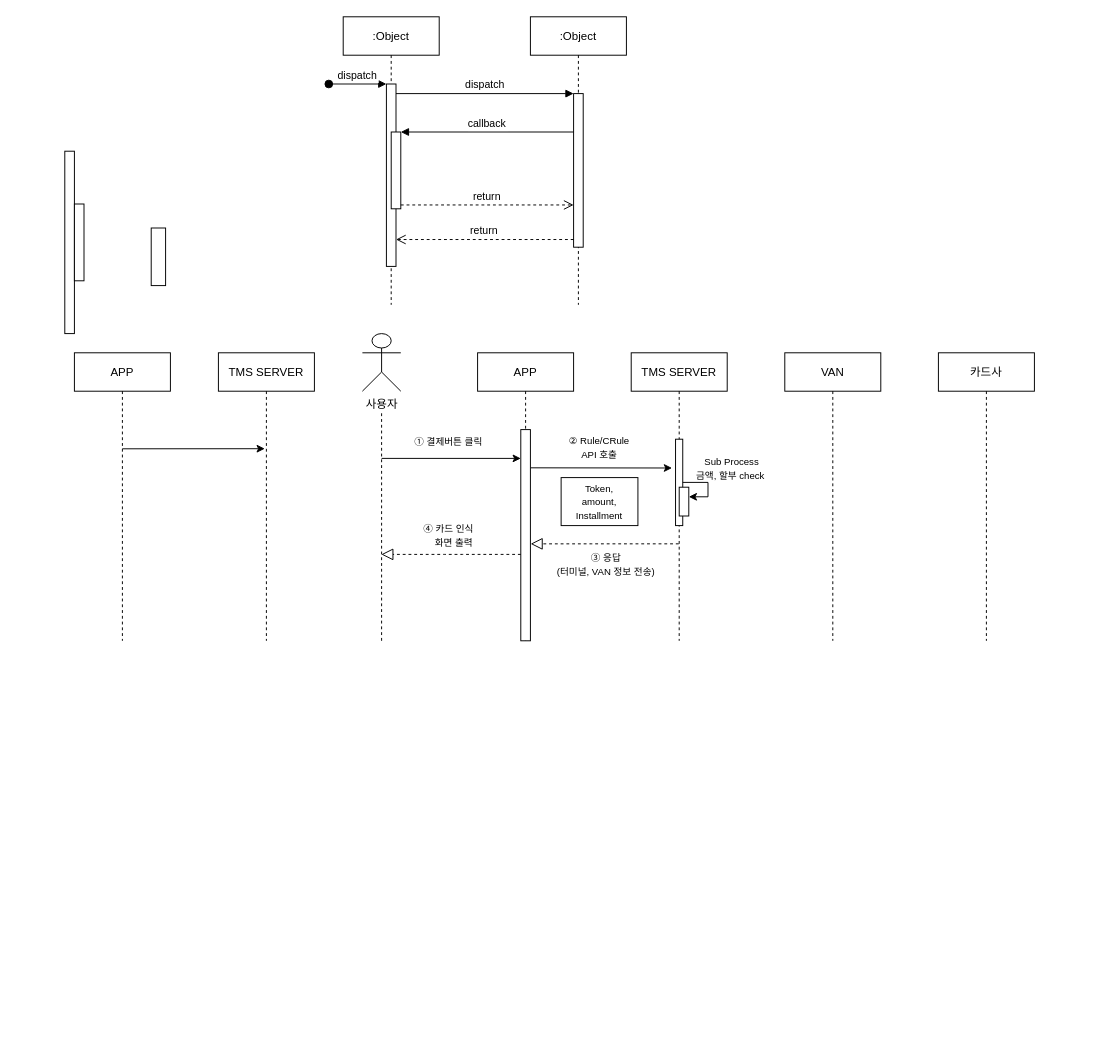
Above: Draw/20201112seq.drawio in alsoscope/TIL (draw.io), before the change. Source tidied: cells renumbered, new cells numbered last; positions are measured from the earlier drawing's top-left corner, leaving out a move shared by most shapes. Both pictures are drawn from the tidied source at 96%, with x=0, y=0 at pixel (64, 16).
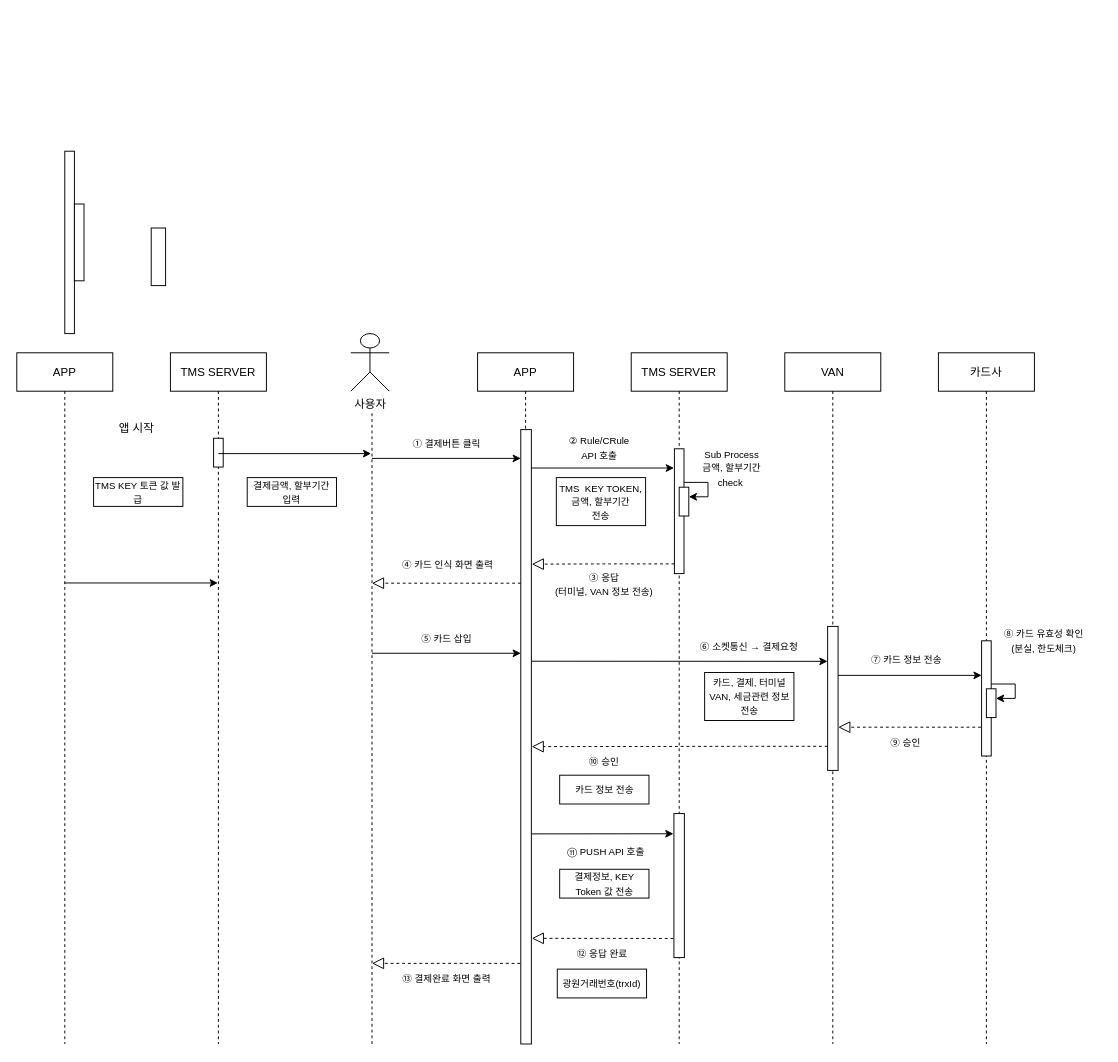
After the change.

The change refers to these unchanged cells:
```xml
<mxCell id="19" style="points=[];perimeter=orthogonalPerimeter;rounded=0;shadow=0;strokeWidth=1;" parent="17" vertex="1">
  <mxGeometry x="50" y="140" width="10" height="30" as="geometry" />
</mxCell>
```

The edit, as a diff of the source:
```diff
@@
-    <mxCell id="2" value=":Object" style="shape=umlLifeline;perimeter=lifelinePerimeter;rounded=0;shadow=0;strokeWidth=1;" parent="1" vertex="1">
-      <mxGeometry x="290" width="100" height="300" as="geometry" />
-    </mxCell>
-    <mxCell id="3" style="points=[];perimeter=orthogonalPerimeter;rounded=0;shadow=0;strokeWidth=1;" parent="2" vertex="1">
-      <mxGeometry x="45" y="70" width="10" height="190" as="geometry" />
-    </mxCell>
-    <mxCell id="4" value="dispatch" style="verticalAlign=bottom;startArrow=oval;endArrow=block;startSize=8;shadow=0;strokeWidth=1;" parent="2" edge="1" target="3">
-      <mxGeometry relative="1" as="geometry">
-        <mxPoint x="-15" y="70" as="sourcePoint" />
-      </mxGeometry>
-    </mxCell>
-    <mxCell id="5" style="points=[];perimeter=orthogonalPerimeter;rounded=0;shadow=0;strokeWidth=1;" parent="2" vertex="1">
-      <mxGeometry x="50" y="120" width="10" height="80" as="geometry" />
-    </mxCell>
-    <mxCell id="6" value=":Object" style="shape=umlLifeline;perimeter=lifelinePerimeter;rounded=0;shadow=0;strokeWidth=1;" parent="1" vertex="1">
-      <mxGeometry x="485" width="100" height="300" as="geometry" />
-    </mxCell>
-    <mxCell id="7" style="points=[];perimeter=orthogonalPerimeter;rounded=0;shadow=0;strokeWidth=1;" parent="6" vertex="1">
-      <mxGeometry x="45" y="80" width="10" height="160" as="geometry" />
-    </mxCell>
-    <mxCell id="8" value="return" style="verticalAlign=bottom;endArrow=open;dashed=1;endSize=8;exitX=0;exitY=0.95;shadow=0;strokeWidth=1;" parent="1" edge="1" source="7" target="3">
-      <mxGeometry relative="1" as="geometry" />
-    </mxCell>
-    <mxCell id="9" value="dispatch" style="verticalAlign=bottom;endArrow=block;entryX=0;entryY=0;shadow=0;strokeWidth=1;" parent="1" edge="1" source="3" target="7">
-      <mxGeometry relative="1" as="geometry" />
-    </mxCell>
-    <mxCell id="10" value="callback" style="verticalAlign=bottom;endArrow=block;entryX=1;entryY=0;shadow=0;strokeWidth=1;" parent="1" edge="1" source="7" target="5">
-      <mxGeometry relative="1" as="geometry" />
-    </mxCell>
-    <mxCell id="11" value="return" style="verticalAlign=bottom;endArrow=open;dashed=1;endSize=8;exitX=1;exitY=0.95;shadow=0;strokeWidth=1;" parent="1" edge="1" source="5" target="7">
-      <mxGeometry relative="1" as="geometry" />
-    </mxCell>
     <mxCell id="12" value="APP" style="shape=umlLifeline;perimeter=lifelinePerimeter;rounded=0;shadow=0;strokeWidth=1;" parent="1" vertex="1">
-      <mxGeometry x="430" y="350" width="100" height="300" as="geometry" />
+      <mxGeometry x="430" y="350" width="100" height="720" as="geometry" />
     </mxCell>
     <mxCell id="13" style="points=[];perimeter=orthogonalPerimeter;rounded=0;shadow=0;strokeWidth=1;" parent="12" vertex="1">
-      <mxGeometry x="45" y="80" width="10" height="220" as="geometry" />
+      <mxGeometry x="45" y="80" width="11" height="640" as="geometry" />
     </mxCell>
@@
     <mxCell id="16" value="VAN" style="shape=umlLifeline;perimeter=lifelinePerimeter;rounded=0;shadow=0;strokeWidth=1;" parent="1" vertex="1">
-      <mxGeometry x="750" y="350" width="100" height="300" as="geometry" />
+      <mxGeometry x="750" y="350" width="100" height="720" as="geometry" />
     </mxCell>
+    <mxCell id="38" style="points=[];perimeter=orthogonalPerimeter;rounded=0;shadow=0;strokeWidth=1;" parent="16" vertex="1">
+      <mxGeometry x="44.6" y="285" width="10.9" height="150" as="geometry" />
+    </mxCell>
     <mxCell id="17" value="TMS SERVER" style="shape=umlLifeline;perimeter=lifelinePerimeter;rounded=0;shadow=0;strokeWidth=1;size=40;" parent="1" vertex="1">
-      <mxGeometry x="590" y="350" width="100" height="300" as="geometry" />
+      <mxGeometry x="590" y="350" width="100" height="720" as="geometry" />
     </mxCell>
-    <mxCell id="18" style="points=[];perimeter=orthogonalPerimeter;rounded=0;shadow=0;strokeWidth=1;" parent="17" vertex="1">
-      <mxGeometry x="46.2" y="90" width="7.5" height="90" as="geometry" />
-    </mxCell>
+    <mxCell id="20" style="edgeStyle=orthogonalEdgeStyle;rounded=0;jettySize=auto;html=1;startArrow=none;startFill=0;" parent="17" edge="1" target="19">
+      <mxGeometry relative="1" as="geometry">
+        <mxPoint x="50" y="135" as="sourcePoint" />
+        <Array as="points">
+          <mxPoint x="80" y="135" />
+          <mxPoint x="80" y="150" />
+        </Array>
+      </mxGeometry>
+    </mxCell>
+    <mxCell id="39" style="points=[];perimeter=orthogonalPerimeter;rounded=0;shadow=0;strokeWidth=1;" parent="17" vertex="1">
+      <mxGeometry x="45" y="100" width="10" height="130" as="geometry" />
+    </mxCell>
@@
-    <mxCell id="20" style="edgeStyle=orthogonalEdgeStyle;rounded=0;jettySize=auto;html=1;startArrow=none;startFill=0;" parent="17" edge="1" source="18" target="19">
-      <mxGeometry relative="1" as="geometry">
-        <Array as="points">
-          <mxPoint x="80" y="135" />
-          <mxPoint x="80" y="150" />
-        </Array>
-      </mxGeometry>
-    </mxCell>
+    <mxCell id="40" style="points=[];perimeter=orthogonalPerimeter;rounded=0;shadow=0;strokeWidth=1;" parent="17" vertex="1">
+      <mxGeometry x="44.5" y="480" width="10.9" height="150" as="geometry" />
+    </mxCell>
     <mxCell id="21" value="카드사" style="shape=umlLifeline;perimeter=lifelinePerimeter;rounded=0;shadow=0;strokeWidth=1;" parent="1" vertex="1">
-      <mxGeometry x="910" y="350" width="100" height="300" as="geometry" />
+      <mxGeometry x="910" y="350" width="100" height="720" as="geometry" />
     </mxCell>
+    <mxCell id="41" style="edgeStyle=orthogonalEdgeStyle;rounded=0;jettySize=auto;html=1;startArrow=none;startFill=0;" parent="21" edge="1" target="43">
+      <mxGeometry relative="1" as="geometry">
+        <mxPoint x="50" y="345" as="sourcePoint" />
+        <Array as="points">
+          <mxPoint x="80" y="345" />
+          <mxPoint x="80" y="360" />
+        </Array>
+      </mxGeometry>
+    </mxCell>
+    <mxCell id="42" style="points=[];perimeter=orthogonalPerimeter;rounded=0;shadow=0;strokeWidth=1;" parent="21" vertex="1">
+      <mxGeometry x="45" y="300" width="10" height="120" as="geometry" />
+    </mxCell>
+    <mxCell id="43" style="points=[];perimeter=orthogonalPerimeter;rounded=0;shadow=0;strokeWidth=1;" parent="21" vertex="1">
+      <mxGeometry x="50" y="350" width="10" height="30" as="geometry" />
+    </mxCell>
     <mxCell id="22" value="사용자" style="shape=umlActor;verticalLabelPosition=bottom;verticalAlign=top;html=1;" parent="1" vertex="1">
-      <mxGeometry x="310" y="330" width="40" height="60" as="geometry" />
+      <mxGeometry x="297.9" y="330" width="40" height="60" as="geometry" />
     </mxCell>
     <mxCell id="23" style="endArrow=none;dashed=1;html=1;" parent="1" edge="1">
       <mxGeometry relative="1" as="geometry">
-        <mxPoint x="330" y="650" as="sourcePoint" />
-        <mxPoint x="330" y="410" as="targetPoint" />
+        <mxPoint x="320" y="1070" as="sourcePoint" />
+        <mxPoint x="320" y="410" as="targetPoint" />
       </mxGeometry>
     </mxCell>
     <mxCell id="24" style="endArrow=classic;html=1;" parent="1" edge="1" target="13">
       <mxGeometry relative="1" as="geometry">
-        <mxPoint x="330" y="460" as="sourcePoint" />
+        <mxPoint x="320" y="460" as="sourcePoint" />
       </mxGeometry>
     </mxCell>
     <mxCell id="25" value="&lt;font style=&quot;font-size: 10px&quot;&gt;① 결제버튼 클릭&lt;/font&gt;" style="text;html=1;strokeColor=none;fillColor=none;align=center;verticalAlign=middle;whiteSpace=wrap;rounded=0;" parent="1" vertex="1">
-      <mxGeometry x="355" y="433" width="90" height="20" as="geometry" />
+      <mxGeometry x="352.5" y="435" width="90" height="20" as="geometry" />
     </mxCell>
     <mxCell id="26" value="APP" style="shape=umlLifeline;perimeter=lifelinePerimeter;rounded=0;shadow=0;strokeWidth=1;" parent="1" vertex="1">
-      <mxGeometry x="10" y="350" width="100" height="300" as="geometry" />
+      <mxGeometry x="-50" y="350" width="100" height="720" as="geometry" />
     </mxCell>
     <mxCell id="27" value="TMS SERVER" style="shape=umlLifeline;perimeter=lifelinePerimeter;rounded=0;shadow=0;strokeWidth=1;size=40;" parent="1" vertex="1">
-      <mxGeometry x="160" y="350" width="100" height="300" as="geometry" />
+      <mxGeometry x="110" y="350" width="100" height="720" as="geometry" />
     </mxCell>
+    <mxCell id="44" style="perimeter=orthogonalPerimeter;rounded=0;shadow=0;strokeWidth=1;" parent="27" vertex="1">
+      <mxGeometry x="45" y="89" width="10" height="30" as="geometry" />
+    </mxCell>
@@
-    <mxCell id="29" style="endArrow=classic;html=1;entryX=0.483;entryY=0.333;entryDx=0;entryDy=0;entryPerimeter=0;" parent="1" edge="1" target="27">
-      <mxGeometry relative="1" as="geometry">
-        <mxPoint x="60" y="450" as="sourcePoint" />
-      </mxGeometry>
+    <mxCell id="29" style="endArrow=classic;html=1;entryX=0.494;entryY=0.333;entryDx=0;entryDy=0;entryPerimeter=0;" parent="1" edge="1" source="26" target="27">
+      <mxGeometry relative="1" as="geometry" />
     </mxCell>
     <mxCell id="30" value="&lt;font style=&quot;font-size: 10px&quot;&gt;② Rule/CRule &lt;br&gt;API 호출&lt;/font&gt;" style="text;html=1;strokeColor=none;fillColor=none;align=center;verticalAlign=middle;whiteSpace=wrap;rounded=0;" parent="1" vertex="1">
-      <mxGeometry x="512" y="438" width="90" height="20" as="geometry" />
+      <mxGeometry x="512" y="439" width="90" height="20" as="geometry" />
     </mxCell>
-    <mxCell id="31" value="&lt;font style=&quot;font-size: 10px&quot;&gt;Token,&lt;br&gt;amount,&lt;br&gt;Installment&lt;/font&gt;" style="rounded=0;whiteSpace=wrap;html=1;" parent="1" vertex="1">
-      <mxGeometry x="517" y="480" width="80" height="50" as="geometry" />
+    <mxCell id="31" value="&lt;span style=&quot;font-size: 10px&quot;&gt;TMS&amp;nbsp; KEY TOKEN,&lt;br&gt;금액, 할부기간&lt;br&gt;전송&lt;br&gt;&lt;/span&gt;" style="rounded=0;whiteSpace=wrap;html=1;" parent="1" vertex="1">
+      <mxGeometry x="512" y="480" width="93" height="50" as="geometry" />
     </mxCell>
-    <mxCell id="32" style="startArrow=none;startFill=0;startSize=7;endArrow=block;endFill=0;endSize=10;dashed=1;html=1;entryX=1.024;entryY=0.541;entryDx=0;entryDy=0;entryPerimeter=0;" parent="1" edge="1" source="17" target="13">
+    <mxCell id="32" style="startArrow=none;startFill=0;startSize=7;endArrow=block;endFill=0;endSize=10;dashed=1;html=1;entryX=1.043;entryY=0.219;entryDx=0;entryDy=0;entryPerimeter=0;" parent="1" edge="1" source="39" target="13">
       <mxGeometry relative="1" as="geometry">
         <Array as="points">
-          <mxPoint x="559" y="549" />
+          <mxPoint x="559.5" y="569.9" />
         </Array>
       </mxGeometry>
     </mxCell>
-    <mxCell id="33" style="endArrow=classic;html=1;exitX=1.046;exitY=0.181;exitDx=0;exitDy=0;exitPerimeter=0;" parent="1" edge="1" source="13">
-      <mxGeometry relative="1" as="geometry">
-        <mxPoint x="632.5" y="470" as="targetPoint" />
-      </mxGeometry>
+    <mxCell id="33" style="endArrow=classic;html=1;entryX=-0.043;entryY=0.154;entryDx=0;entryDy=0;entryPerimeter=0;" parent="1" edge="1" source="13" target="39">
+      <mxGeometry relative="1" as="geometry" />
     </mxCell>
     <mxCell id="34" value="&lt;span style=&quot;font-size: 10px&quot;&gt;③ 응답&lt;br&gt;(터미널, VAN 정보 전송)&lt;br&gt;&lt;/span&gt;" style="text;html=1;strokeColor=none;fillColor=none;align=center;verticalAlign=middle;whiteSpace=wrap;rounded=0;" parent="1" vertex="1">
-      <mxGeometry x="505" y="560" width="118" height="20" as="geometry" />
+      <mxGeometry x="503" y="581" width="118" height="20" as="geometry" />
     </mxCell>
-    <mxCell id="35" style="startArrow=none;startFill=0;startSize=7;endArrow=block;endFill=0;endSize=10;dashed=1;html=1;" parent="1" edge="1" source="13">
+    <mxCell id="35" style="startArrow=none;startFill=0;startSize=7;endArrow=block;endFill=0;endSize=10;dashed=1;html=1;" parent="1" edge="1">
       <mxGeometry relative="1" as="geometry">
-        <mxPoint x="329.7" y="560" as="targetPoint" />
+        <mxPoint x="475" y="590" as="sourcePoint" />
+        <mxPoint x="320" y="590" as="targetPoint" />
         <Array as="points">
-          <mxPoint x="404.5" y="560" />
+          <mxPoint x="404.5" y="590" />
         </Array>
       </mxGeometry>
     </mxCell>
-    <mxCell id="36" value="&lt;font style=&quot;font-size: 10px&quot;&gt;④ 카드 인식&lt;br&gt;&amp;nbsp; &amp;nbsp; &amp;nbsp;화면 출력&amp;nbsp;&lt;/font&gt;" style="text;html=1;strokeColor=none;fillColor=none;align=center;verticalAlign=middle;whiteSpace=wrap;rounded=0;" parent="1" vertex="1">
-      <mxGeometry x="355" y="530" width="90" height="20" as="geometry" />
+    <mxCell id="36" value="&lt;font style=&quot;font-size: 10px&quot;&gt;④ 카드 인식 화면 출력&amp;nbsp;&lt;/font&gt;" style="text;html=1;strokeColor=none;fillColor=none;align=center;verticalAlign=middle;whiteSpace=wrap;rounded=0;" parent="1" vertex="1">
+      <mxGeometry x="342.9" y="561" width="115" height="20" as="geometry" />
     </mxCell>
-    <mxCell id="37" value="&lt;span style=&quot;font-size: 10px&quot;&gt;Sub Process&lt;br&gt;금액, 할부 check&amp;nbsp;&lt;br&gt;&lt;/span&gt;" style="text;html=1;strokeColor=none;fillColor=none;align=center;verticalAlign=middle;whiteSpace=wrap;rounded=0;" parent="1" vertex="1">
+    <mxCell id="37" value="&lt;span style=&quot;font-size: 10px&quot;&gt;Sub Process&lt;br&gt;금액, 할부기간 check&amp;nbsp;&lt;br&gt;&lt;/span&gt;" style="text;html=1;strokeColor=none;fillColor=none;align=center;verticalAlign=middle;whiteSpace=wrap;rounded=0;" parent="1" vertex="1">
       <mxGeometry x="650" y="460" width="90" height="20" as="geometry" />
     </mxCell>
+    <mxCell id="45" style="endArrow=classic;html=1;" parent="1" edge="1">
+      <mxGeometry relative="1" as="geometry">
+        <mxPoint x="320" y="663" as="sourcePoint" />
+        <mxPoint x="475" y="663" as="targetPoint" />
+      </mxGeometry>
+    </mxCell>
+    <mxCell id="46" value="&lt;font style=&quot;font-size: 10px&quot;&gt;⑤ 카드 삽입&lt;/font&gt;" style="text;html=1;strokeColor=none;fillColor=none;align=center;verticalAlign=middle;whiteSpace=wrap;rounded=0;" parent="1" vertex="1">
+      <mxGeometry x="352.5" y="638" width="90" height="20" as="geometry" />
+    </mxCell>
+    <mxCell id="47" style="endArrow=classic;html=1;exitX=1.024;exitY=0.377;exitDx=0;exitDy=0;exitPerimeter=0;" parent="1" edge="1" source="13">
+      <mxGeometry relative="1" as="geometry">
+        <mxPoint x="794.5" y="671.4" as="targetPoint" />
+      </mxGeometry>
+    </mxCell>
+    <mxCell id="48" value="&lt;font style=&quot;font-size: 10px&quot;&gt;⑥ 소켓통신 → 결제요청&lt;/font&gt;" style="text;html=1;strokeColor=none;fillColor=none;align=center;verticalAlign=middle;whiteSpace=wrap;rounded=0;" parent="1" vertex="1">
+      <mxGeometry x="653" y="646" width="120" height="20" as="geometry" />
+    </mxCell>
+    <mxCell id="49" value="&lt;span style=&quot;font-size: 10px&quot;&gt;카드, 결제, 터미널 VAN, 세금관련 정보 전송&lt;br&gt;&lt;/span&gt;" style="rounded=0;whiteSpace=wrap;html=1;" parent="1" vertex="1">
+      <mxGeometry x="666.5" y="683" width="93" height="50" as="geometry" />
+    </mxCell>
+    <mxCell id="50" style="endArrow=classic;html=1;" parent="1" edge="1" target="42">
+      <mxGeometry relative="1" as="geometry">
+        <mxPoint x="805.5" y="686" as="sourcePoint" />
+      </mxGeometry>
+    </mxCell>
+    <mxCell id="51" value="&lt;font style=&quot;font-size: 10px&quot;&gt;⑦ 카드 정보 전송&lt;/font&gt;" style="text;html=1;strokeColor=none;fillColor=none;align=center;verticalAlign=middle;whiteSpace=wrap;rounded=0;" parent="1" vertex="1">
+      <mxGeometry x="817" y="660" width="120" height="20" as="geometry" />
+    </mxCell>
+    <mxCell id="52" value="&lt;span style=&quot;font-size: 10px&quot;&gt;⑧ 카드 유효성 확인&lt;br&gt;(분실, 한도체크)&lt;br&gt;&lt;/span&gt;" style="text;html=1;strokeColor=none;fillColor=none;align=center;verticalAlign=middle;whiteSpace=wrap;rounded=0;" parent="1" vertex="1">
+      <mxGeometry x="960" y="640" width="120" height="20" as="geometry" />
+    </mxCell>
+    <mxCell id="53" value="&lt;font style=&quot;font-size: 10px&quot;&gt;⑨ 승인&lt;/font&gt;" style="text;html=1;strokeColor=none;fillColor=none;align=center;verticalAlign=middle;whiteSpace=wrap;rounded=0;" parent="1" vertex="1">
+      <mxGeometry x="816" y="746" width="120" height="20" as="geometry" />
+    </mxCell>
+    <mxCell id="54" style="startArrow=none;startFill=0;startSize=7;endArrow=block;endFill=0;endSize=10;dashed=1;html=1;" parent="1" edge="1">
+      <mxGeometry relative="1" as="geometry">
+        <mxPoint x="954.3" y="740" as="sourcePoint" />
+        <mxPoint x="805.7" y="740" as="targetPoint" />
+        <Array as="points">
+          <mxPoint x="878.8" y="740" />
+        </Array>
+      </mxGeometry>
+    </mxCell>
+    <mxCell id="55" style="startArrow=none;startFill=0;startSize=7;endArrow=block;endFill=0;endSize=10;dashed=1;html=1;entryX=1.035;entryY=0.516;entryDx=0;entryDy=0;entryPerimeter=0;" parent="1" edge="1" source="38" target="13">
+      <mxGeometry relative="1" as="geometry">
+        <Array as="points">
+          <mxPoint x="712.8" y="759.9" />
+        </Array>
+      </mxGeometry>
+    </mxCell>
+    <mxCell id="56" value="&lt;font style=&quot;font-size: 10px&quot;&gt;⑩ 승인&lt;/font&gt;" style="text;html=1;strokeColor=none;fillColor=none;align=center;verticalAlign=middle;whiteSpace=wrap;rounded=0;" parent="1" vertex="1">
+      <mxGeometry x="502" y="766" width="120" height="20" as="geometry" />
+    </mxCell>
+    <mxCell id="57" value="&lt;span style=&quot;font-size: 10px&quot;&gt;카드 정보 전송&lt;br&gt;&lt;/span&gt;" style="rounded=0;whiteSpace=wrap;html=1;" parent="1" vertex="1">
+      <mxGeometry x="515.5" y="790" width="93" height="30" as="geometry" />
+    </mxCell>
+    <mxCell id="58" style="endArrow=classic;html=1;entryX=-0.046;entryY=0.14;entryDx=0;entryDy=0;entryPerimeter=0;exitX=1.031;exitY=0.658;exitDx=0;exitDy=0;exitPerimeter=0;" parent="1" edge="1" source="13" target="40">
+      <mxGeometry relative="1" as="geometry" />
+    </mxCell>
+    <mxCell id="59" value="&lt;font style=&quot;font-size: 10px&quot;&gt;⑪ PUSH API 호출&lt;/font&gt;" style="text;html=1;strokeColor=none;fillColor=none;align=center;verticalAlign=middle;whiteSpace=wrap;rounded=0;" parent="1" vertex="1">
+      <mxGeometry x="518.5" y="860" width="90" height="20" as="geometry" />
+    </mxCell>
+    <mxCell id="60" value="&lt;span style=&quot;font-size: 10px&quot;&gt;결제정보, KEY Token 값 전송&lt;br&gt;&lt;/span&gt;" style="rounded=0;whiteSpace=wrap;html=1;" parent="1" vertex="1">
+      <mxGeometry x="515.5" y="888" width="93" height="30" as="geometry" />
+    </mxCell>
+    <mxCell id="61" value="&lt;font style=&quot;font-size: 10px&quot;&gt;⑫ 응답 완료&lt;/font&gt;" style="text;html=1;strokeColor=none;fillColor=none;align=center;verticalAlign=middle;whiteSpace=wrap;rounded=0;" parent="1" vertex="1">
+      <mxGeometry x="499.5" y="966" width="120" height="20" as="geometry" />
+    </mxCell>
+    <mxCell id="62" style="startArrow=none;startFill=0;startSize=7;endArrow=block;endFill=0;endSize=10;dashed=1;html=1;exitX=-0.046;exitY=0.867;exitDx=0;exitDy=0;exitPerimeter=0;entryX=1.043;entryY=0.828;entryDx=0;entryDy=0;entryPerimeter=0;" parent="1" edge="1" source="40" target="13">
+      <mxGeometry relative="1" as="geometry">
+        <Array as="points">
+          <mxPoint x="562.3" y="960" />
+        </Array>
+      </mxGeometry>
+    </mxCell>
+    <mxCell id="63" value="&lt;span style=&quot;font-size: 10px&quot;&gt;광원거래번호(trxId)&lt;br&gt;&lt;/span&gt;" style="rounded=0;whiteSpace=wrap;html=1;" parent="1" vertex="1">
+      <mxGeometry x="513" y="992" width="93" height="30" as="geometry" />
+    </mxCell>
+    <mxCell id="64" value="&lt;span style=&quot;font-size: 10px&quot;&gt;⑬ 결제완료 화면 출력&lt;/span&gt;" style="text;html=1;strokeColor=none;fillColor=none;align=center;verticalAlign=middle;whiteSpace=wrap;rounded=0;" parent="1" vertex="1">
+      <mxGeometry x="337.9" y="992" width="120" height="20" as="geometry" />
+    </mxCell>
+    <mxCell id="65" style="startArrow=none;startFill=0;startSize=7;endArrow=block;endFill=0;endSize=10;dashed=1;html=1;exitX=-0.046;exitY=0.867;exitDx=0;exitDy=0;exitPerimeter=0;" parent="1" edge="1">
+      <mxGeometry relative="1" as="geometry">
+        <mxPoint x="474.4" y="986" as="sourcePoint" />
+        <mxPoint x="320" y="986" as="targetPoint" />
+        <Array as="points">
+          <mxPoint x="402.7" y="986" />
+        </Array>
+      </mxGeometry>
+    </mxCell>
+    <mxCell id="66" style="endArrow=classic;html=1;entryX=0.494;entryY=0.333;entryDx=0;entryDy=0;entryPerimeter=0;" parent="1" edge="1">
+      <mxGeometry relative="1" as="geometry">
+        <mxPoint x="160" y="455" as="sourcePoint" />
+        <mxPoint x="319.1" y="455" as="targetPoint" />
+      </mxGeometry>
+    </mxCell>
+    <mxCell id="67" value="앱 시작" style="text;html=1;strokeColor=none;fillColor=none;align=center;verticalAlign=middle;whiteSpace=wrap;rounded=0;" parent="1" vertex="1">
+      <mxGeometry x="50" y="419" width="50" height="20" as="geometry" />
+    </mxCell>
+    <mxCell id="68" value="&lt;span style=&quot;font-size: 10px&quot;&gt;TMS KEY 토큰 값 발급&lt;br&gt;&lt;/span&gt;" style="rounded=0;whiteSpace=wrap;html=1;" parent="1" vertex="1">
+      <mxGeometry x="30" y="480" width="93" height="30" as="geometry" />
+    </mxCell>
+    <mxCell id="69" value="&lt;span style=&quot;font-size: 10px&quot;&gt;결제금액, 할부기간 입력&lt;br&gt;&lt;/span&gt;" style="rounded=0;whiteSpace=wrap;html=1;" parent="1" vertex="1">
+      <mxGeometry x="190" y="480" width="93" height="30" as="geometry" />
+    </mxCell>
```
